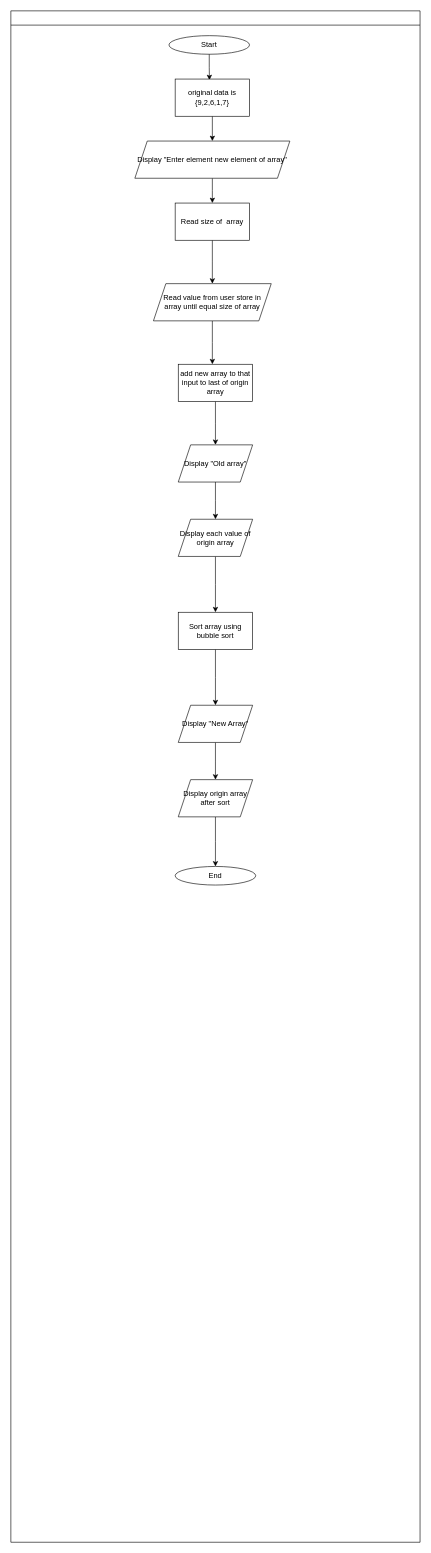
Above: Homework/HW09/Flowchart/hw09-7-insert-new-value-in-array.drawio in Zag5A6167/ENGCE117-Computer-Programming-for-Computer-Engineer (draw.io), before the change. Source tidied: cells renumbered, new cells numbered last; positions are measured from the earlier drawing's top-left corner, leaving out a move shared by most shapes. Both pictures are drawn from the tidied source at 62%, with x=0, y=0 at pixel (11, 11).
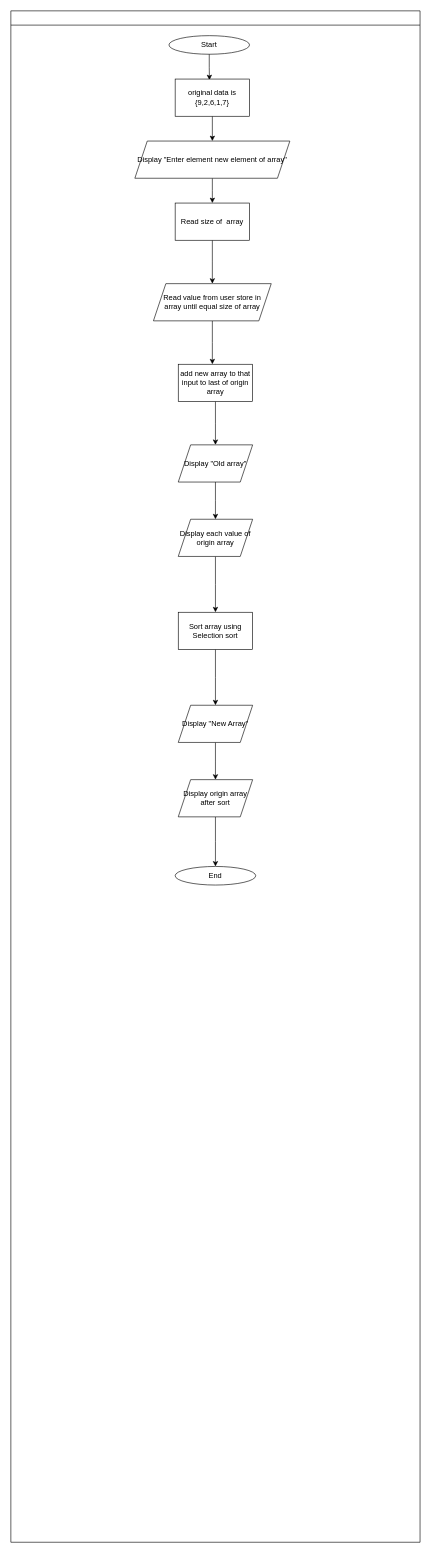
After the change.

The change refers to these unchanged cells:
```xml
<mxCell id="2" style="swimlane;fontFamily=Sarabun;" parent="1" vertex="1">
  <mxGeometry width="660" height="2470" as="geometry" />
</mxCell>
```

The edit, as a diff of the source:
```diff
@@
-    <mxCell id="20" value="Sort array using bubble sort" style="rounded=0;whiteSpace=wrap;html=1;" parent="2" vertex="1">
+    <mxCell id="20" value="Sort array using Selection sort" style="rounded=0;whiteSpace=wrap;html=1;" parent="2" vertex="1">
       <mxGeometry x="270" y="970" width="120" height="60" as="geometry" />
     </mxCell>
```
